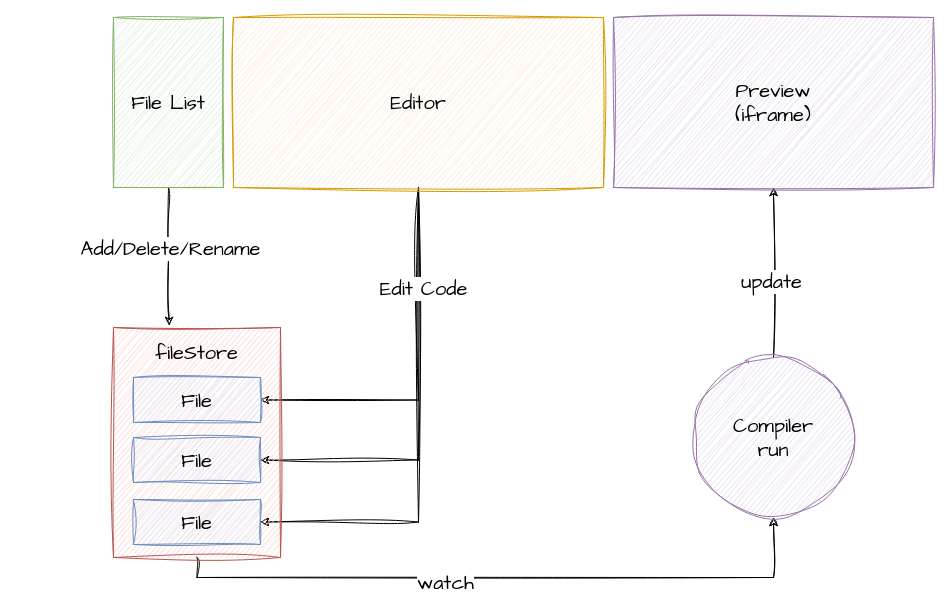
This is file-system.drawio from zh-lx/draw.io, a draw.io file, before an edit. Source tidied: cells renumbered, new cells numbered last; positions are measured from the earlier drawing's top-left corner, leaving out a move shared by most shapes. Both pictures are drawn from the tidied source at 100%, with x=0, y=0 at pixel (113, 17).
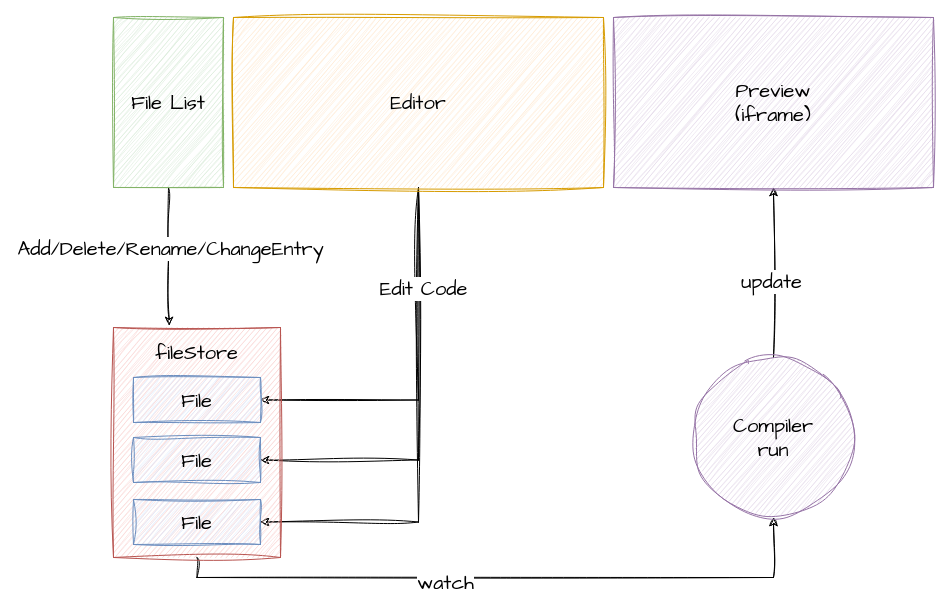
Above is the later version.

The change refers to these unchanged cells:
```xml
<mxCell id="2" style="edgeStyle=orthogonalEdgeStyle;rounded=0;sketch=1;hachureGap=4;jiggle=2;curveFitting=1;jettySize=auto;html=1;exitX=0.5;exitY=1;exitDx=0;exitDy=0;entryX=0.334;entryY=-0.009;entryDx=0;entryDy=0;entryPerimeter=0;fontFamily=Architects Daughter;fontSize=16;" parent="1" edge="1" source="4" target="12">
  <mxGeometry relative="1" as="geometry" />
</mxCell>
```

What changed in the source:
```diff
@@
-    <mxCell id="3" value="&lt;font face=&quot;Comic Sans MS&quot;&gt;Add/Delete/Rename&lt;/font&gt;" style="edgeLabel;html=1;align=center;verticalAlign=middle;fontSize=20;fontFamily=Architects Daughter;" parent="2" vertex="1">
+    <mxCell id="3" value="&lt;font face=&quot;Comic Sans MS&quot;&gt;Add/Delete/Rename/ChangeEntry&lt;/font&gt;" style="edgeLabel;html=1;align=center;verticalAlign=middle;fontSize=20;fontFamily=Architects Daughter;" parent="2" vertex="1">
       <mxGeometry x="-0.15" y="1" relative="1" as="geometry">
         <mxPoint y="1" as="offset" />
       </mxGeometry>
     </mxCell>
```
